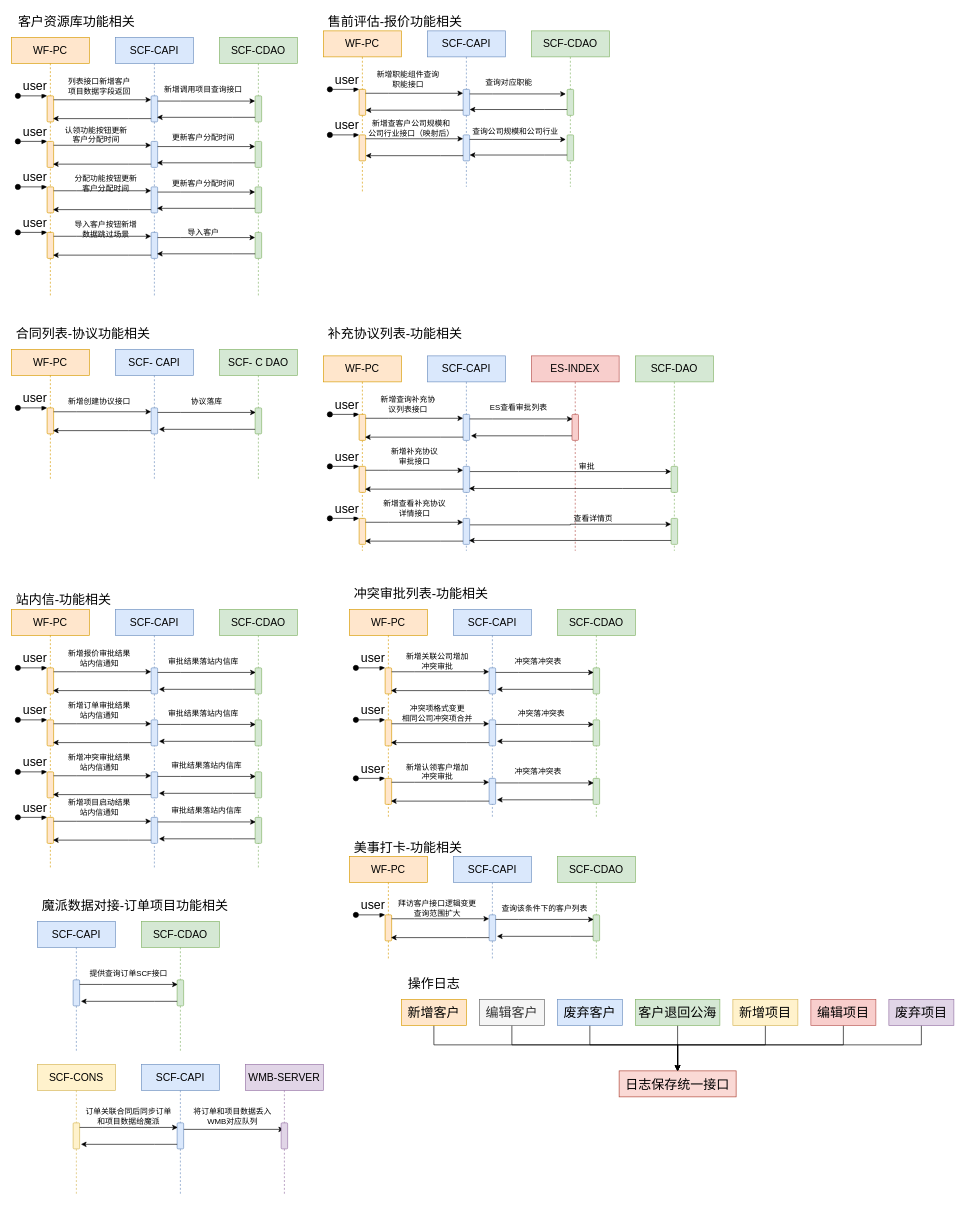
LuOyEbY/draw-b keeps this draw.io diagram as 魔销二期流程图.drawio. Above is the earlier version. Source tidied: cells renumbered, new cells numbered last; positions are measured from the earlier drawing's top-left corner, leaving out a move shared by most shapes. Both pictures are drawn from the tidied source at 65%, with x=0, y=0 at pixel (11, 11).
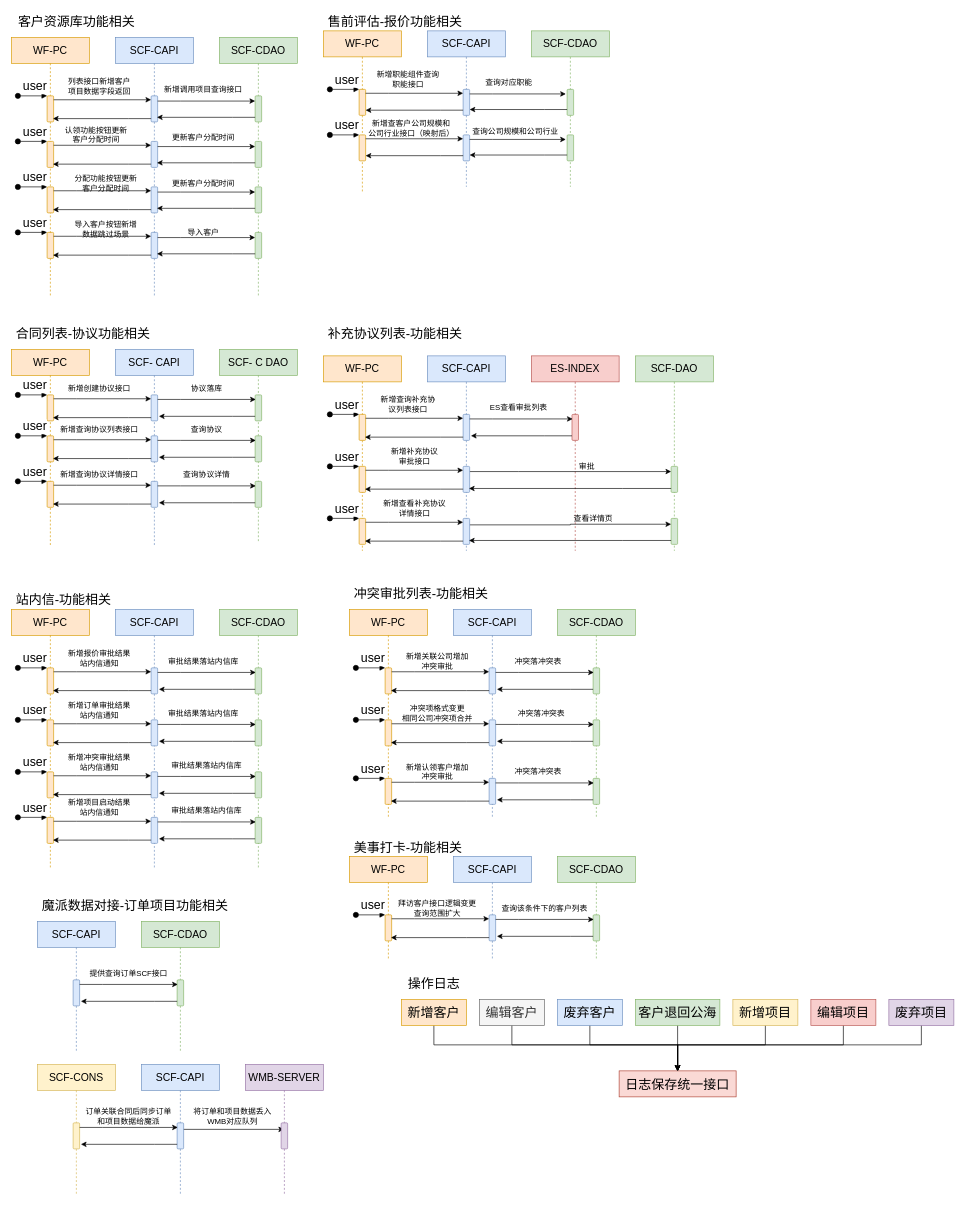
After the change.

Commit message:
更新魔销二期流程图.drawio

Change to the diagram source:
```diff
@@
     <mxCell id="217" value="WF-PC" style="shape=umlLifeline;perimeter=lifelinePerimeter;whiteSpace=wrap;html=1;rounded=0;fontFamily=Helvetica;fontSize=16;strokeColor=#d79b00;fillColor=#ffe6cc;" parent="1" vertex="1">
-      <mxGeometry y="520" width="120" height="200" as="geometry" />
+      <mxGeometry y="520" width="120" height="301" as="geometry" />
     </mxCell>
     <mxCell id="218" style="html=1;points=[];perimeter=orthogonalPerimeter;rounded=1;fontFamily=Helvetica;fontSize=19;strokeColor=#d79b00;fillColor=#ffe6cc;" parent="217" vertex="1">
-      <mxGeometry x="55" y="90" width="10" height="40" as="geometry" />
+      <mxGeometry x="55" y="70" width="10" height="40" as="geometry" />
     </mxCell>
     <mxCell id="219" value="user" style="html=1;verticalAlign=bottom;startArrow=oval;endArrow=block;startSize=8;rounded=0;fontFamily=Helvetica;fontSize=19;fontColor=default;" parent="217" edge="1" target="218">
       <mxGeometry x="0.14" relative="1" as="geometry">
-        <mxPoint x="10" y="90" as="sourcePoint" />
+        <mxPoint x="10" y="70" as="sourcePoint" />
       </mxGeometry>
     </mxCell>
     <mxCell id="220" value="SCF- CAPI" style="shape=umlLifeline;perimeter=lifelinePerimeter;whiteSpace=wrap;html=1;rounded=0;fontFamily=Helvetica;fontSize=16;strokeColor=#6c8ebf;fillColor=#dae8fc;" parent="1" vertex="1">
-      <mxGeometry x="160" y="520" width="120" height="200" as="geometry" />
+      <mxGeometry x="160" y="520" width="120" height="303" as="geometry" />
     </mxCell>
     <mxCell id="221" style="html=1;points=[];perimeter=orthogonalPerimeter;rounded=1;fontFamily=Helvetica;fontSize=19;strokeColor=#6c8ebf;fillColor=#dae8fc;" parent="220" vertex="1">
-      <mxGeometry x="55" y="90" width="10" height="40" as="geometry" />
+      <mxGeometry x="55" y="70" width="10" height="40" as="geometry" />
     </mxCell>
     <mxCell id="222" value="SCF- C DAO" style="shape=umlLifeline;perimeter=lifelinePerimeter;whiteSpace=wrap;html=1;rounded=0;fontFamily=Helvetica;fontSize=16;strokeColor=#82b366;fillColor=#d5e8d4;" parent="1" vertex="1">
-      <mxGeometry x="320" y="520" width="120" height="200" as="geometry" />
+      <mxGeometry x="320" y="520" width="120" height="298" as="geometry" />
     </mxCell>
     <mxCell id="223" style="html=1;points=[];perimeter=orthogonalPerimeter;rounded=1;fontFamily=Helvetica;fontSize=19;strokeColor=#82b366;fillColor=#d5e8d4;" parent="222" vertex="1">
-      <mxGeometry x="55" y="90" width="10" height="40" as="geometry" />
+      <mxGeometry x="55" y="70" width="10" height="40" as="geometry" />
     </mxCell>
+    <mxCell id="246" style="html=1;points=[];perimeter=orthogonalPerimeter;rounded=1;fontFamily=Helvetica;fontSize=19;strokeColor=#d79b00;fillColor=#ffe6cc;" parent="222" vertex="1">
+      <mxGeometry x="-265" y="133" width="10" height="40" as="geometry" />
+    </mxCell>
+    <mxCell id="247" value="user" style="html=1;verticalAlign=bottom;startArrow=oval;endArrow=block;startSize=8;rounded=0;fontFamily=Helvetica;fontSize=19;fontColor=default;" parent="222" edge="1" target="246">
+      <mxGeometry x="0.14" relative="1" as="geometry">
+        <mxPoint x="-310" y="133" as="sourcePoint" />
+      </mxGeometry>
+    </mxCell>
+    <mxCell id="248" style="html=1;points=[];perimeter=orthogonalPerimeter;rounded=1;fontFamily=Helvetica;fontSize=19;strokeColor=#6c8ebf;fillColor=#dae8fc;" parent="222" vertex="1">
+      <mxGeometry x="-105" y="133" width="10" height="40" as="geometry" />
+    </mxCell>
+    <mxCell id="249" style="html=1;points=[];perimeter=orthogonalPerimeter;rounded=1;fontFamily=Helvetica;fontSize=19;strokeColor=#82b366;fillColor=#d5e8d4;" parent="222" vertex="1">
+      <mxGeometry x="55" y="133" width="10" height="40" as="geometry" />
+    </mxCell>
+    <mxCell id="250" style="edgeStyle=orthogonalEdgeStyle;rounded=0;jettySize=auto;html=1;entryX=0;entryY=0.15;entryDx=0;entryDy=0;entryPerimeter=0;fontSize=12;" parent="222" edge="1" source="246" target="248">
+      <mxGeometry relative="1" as="geometry">
+        <Array as="points">
+          <mxPoint x="-220" y="139" />
+          <mxPoint x="-220" y="139" />
+        </Array>
+      </mxGeometry>
+    </mxCell>
+    <mxCell id="251" style="edgeStyle=orthogonalEdgeStyle;rounded=0;jettySize=auto;html=1;entryX=0.1;entryY=0.175;entryDx=0;entryDy=0;entryPerimeter=0;fontSize=12;" parent="222" edge="1" source="248" target="249">
+      <mxGeometry relative="1" as="geometry">
+        <Array as="points">
+          <mxPoint x="-60" y="140" />
+          <mxPoint x="-60" y="140" />
+        </Array>
+      </mxGeometry>
+    </mxCell>
+    <mxCell id="252" style="edgeStyle=orthogonalEdgeStyle;rounded=0;jettySize=auto;html=1;entryX=1.2;entryY=0.825;entryDx=0;entryDy=0;entryPerimeter=0;fontSize=12;" parent="222" edge="1" source="249" target="248">
+      <mxGeometry relative="1" as="geometry">
+        <Array as="points">
+          <mxPoint x="20" y="166" />
+          <mxPoint x="20" y="166" />
+        </Array>
+      </mxGeometry>
+    </mxCell>
+    <mxCell id="253" style="edgeStyle=orthogonalEdgeStyle;rounded=0;jettySize=auto;html=1;entryX=0.9;entryY=0.875;entryDx=0;entryDy=0;entryPerimeter=0;fontSize=12;" parent="222" edge="1" source="248" target="246">
+      <mxGeometry relative="1" as="geometry">
+        <Array as="points">
+          <mxPoint x="-140" y="168" />
+          <mxPoint x="-140" y="168" />
+        </Array>
+      </mxGeometry>
+    </mxCell>
+    <mxCell id="254" value="新增查询协议列表接口" style="text;html=1;align=center;verticalAlign=middle;strokeColor=none;fillColor=none;fontSize=12;" parent="222" vertex="1">
+      <mxGeometry x="-250" y="114" width="130" height="18" as="geometry" />
+    </mxCell>
+    <mxCell id="255" value="查询协议" style="text;html=1;align=center;verticalAlign=middle;strokeColor=none;fillColor=none;fontSize=12;" parent="222" vertex="1">
+      <mxGeometry x="-49" y="114" width="58" height="18" as="geometry" />
+    </mxCell>
+    <mxCell id="256" style="html=1;points=[];perimeter=orthogonalPerimeter;rounded=1;fontFamily=Helvetica;fontSize=19;strokeColor=#d79b00;fillColor=#ffe6cc;" parent="222" vertex="1">
+      <mxGeometry x="-265" y="203" width="10" height="40" as="geometry" />
+    </mxCell>
+    <mxCell id="257" value="user" style="html=1;verticalAlign=bottom;startArrow=oval;endArrow=block;startSize=8;rounded=0;fontFamily=Helvetica;fontSize=19;fontColor=default;" parent="222" edge="1" target="256">
+      <mxGeometry x="0.14" relative="1" as="geometry">
+        <mxPoint x="-310" y="203" as="sourcePoint" />
+      </mxGeometry>
+    </mxCell>
+    <mxCell id="258" style="html=1;points=[];perimeter=orthogonalPerimeter;rounded=1;fontFamily=Helvetica;fontSize=19;strokeColor=#6c8ebf;fillColor=#dae8fc;" parent="222" vertex="1">
+      <mxGeometry x="-105" y="203" width="10" height="40" as="geometry" />
+    </mxCell>
+    <mxCell id="259" style="html=1;points=[];perimeter=orthogonalPerimeter;rounded=1;fontFamily=Helvetica;fontSize=19;strokeColor=#82b366;fillColor=#d5e8d4;" parent="222" vertex="1">
+      <mxGeometry x="55" y="203" width="10" height="40" as="geometry" />
+    </mxCell>
+    <mxCell id="260" style="edgeStyle=orthogonalEdgeStyle;rounded=0;jettySize=auto;html=1;entryX=0;entryY=0.15;entryDx=0;entryDy=0;entryPerimeter=0;fontSize=12;" parent="222" edge="1" source="256" target="258">
+      <mxGeometry relative="1" as="geometry">
+        <Array as="points">
+          <mxPoint x="-220" y="209" />
+          <mxPoint x="-220" y="209" />
+        </Array>
+      </mxGeometry>
+    </mxCell>
+    <mxCell id="261" style="edgeStyle=orthogonalEdgeStyle;rounded=0;jettySize=auto;html=1;entryX=0.1;entryY=0.175;entryDx=0;entryDy=0;entryPerimeter=0;fontSize=12;" parent="222" edge="1" source="258" target="259">
+      <mxGeometry relative="1" as="geometry">
+        <Array as="points">
+          <mxPoint x="-60" y="210" />
+          <mxPoint x="-60" y="210" />
+        </Array>
+      </mxGeometry>
+    </mxCell>
+    <mxCell id="262" style="edgeStyle=orthogonalEdgeStyle;rounded=0;jettySize=auto;html=1;entryX=1.2;entryY=0.825;entryDx=0;entryDy=0;entryPerimeter=0;fontSize=12;" parent="222" edge="1" source="259" target="258">
+      <mxGeometry relative="1" as="geometry">
+        <Array as="points">
+          <mxPoint x="20" y="236" />
+          <mxPoint x="20" y="236" />
+        </Array>
+      </mxGeometry>
+    </mxCell>
+    <mxCell id="263" style="edgeStyle=orthogonalEdgeStyle;rounded=0;jettySize=auto;html=1;entryX=0.9;entryY=0.875;entryDx=0;entryDy=0;entryPerimeter=0;fontSize=12;" parent="222" edge="1" source="258" target="256">
+      <mxGeometry relative="1" as="geometry">
+        <Array as="points">
+          <mxPoint x="-140" y="238" />
+          <mxPoint x="-140" y="238" />
+        </Array>
+      </mxGeometry>
+    </mxCell>
+    <mxCell id="264" value="新增查询协议详情接口" style="text;html=1;align=center;verticalAlign=middle;strokeColor=none;fillColor=none;fontSize=12;" parent="222" vertex="1">
+      <mxGeometry x="-250" y="184" width="130" height="18" as="geometry" />
+    </mxCell>
+    <mxCell id="265" value="查询协议详情" style="text;html=1;align=center;verticalAlign=middle;strokeColor=none;fillColor=none;fontSize=12;" parent="222" vertex="1">
+      <mxGeometry x="-61" y="184" width="82" height="18" as="geometry" />
+    </mxCell>
     <mxCell id="224" style="edgeStyle=orthogonalEdgeStyle;rounded=0;jettySize=auto;html=1;entryX=0;entryY=0.15;entryDx=0;entryDy=0;entryPerimeter=0;fontSize=12;" parent="1" edge="1" source="218" target="221">
       <mxGeometry relative="1" as="geometry">
         <Array as="points">
-          <mxPoint x="100" y="616" />
-          <mxPoint x="100" y="616" />
+          <mxPoint x="100" y="596" />
+          <mxPoint x="100" y="596" />
         </Array>
       </mxGeometry>
     </mxCell>
     <mxCell id="225" style="edgeStyle=orthogonalEdgeStyle;rounded=0;jettySize=auto;html=1;entryX=0.1;entryY=0.175;entryDx=0;entryDy=0;entryPerimeter=0;fontSize=12;" parent="1" edge="1" source="221" target="223">
       <mxGeometry relative="1" as="geometry">
         <Array as="points">
-          <mxPoint x="260" y="617" />
-          <mxPoint x="260" y="617" />
+          <mxPoint x="260" y="597" />
+          <mxPoint x="260" y="597" />
         </Array>
       </mxGeometry>
     </mxCell>
     <mxCell id="226" style="edgeStyle=orthogonalEdgeStyle;rounded=0;jettySize=auto;html=1;entryX=1.2;entryY=0.825;entryDx=0;entryDy=0;entryPerimeter=0;fontSize=12;" parent="1" edge="1" source="223" target="221">
       <mxGeometry relative="1" as="geometry">
         <Array as="points">
-          <mxPoint x="340" y="643" />
-          <mxPoint x="340" y="643" />
+          <mxPoint x="340" y="623" />
+          <mxPoint x="340" y="623" />
         </Array>
       </mxGeometry>
     </mxCell>
     <mxCell id="227" style="edgeStyle=orthogonalEdgeStyle;rounded=0;jettySize=auto;html=1;entryX=0.9;entryY=0.875;entryDx=0;entryDy=0;entryPerimeter=0;fontSize=12;" parent="1" edge="1" source="221" target="218">
       <mxGeometry relative="1" as="geometry">
         <Array as="points">
-          <mxPoint x="180" y="645" />
-          <mxPoint x="180" y="645" />
+          <mxPoint x="180" y="625" />
+          <mxPoint x="180" y="625" />
         </Array>
       </mxGeometry>
     </mxCell>
     <mxCell id="228" value="新增创建协议接口" style="text;html=1;align=center;verticalAlign=middle;strokeColor=none;fillColor=none;fontSize=12;" parent="1" vertex="1">
-      <mxGeometry x="80" y="590" width="110" height="20" as="geometry" />
+      <mxGeometry x="80" y="570" width="110" height="20" as="geometry" />
     </mxCell>
     <mxCell id="229" value="协议落库" style="text;html=1;align=center;verticalAlign=middle;strokeColor=none;fillColor=none;fontSize=12;" parent="1" vertex="1">
-      <mxGeometry x="270" y="590" width="60" height="20" as="geometry" />
+      <mxGeometry x="270" y="570" width="60" height="20" as="geometry" />
     </mxCell>
```
